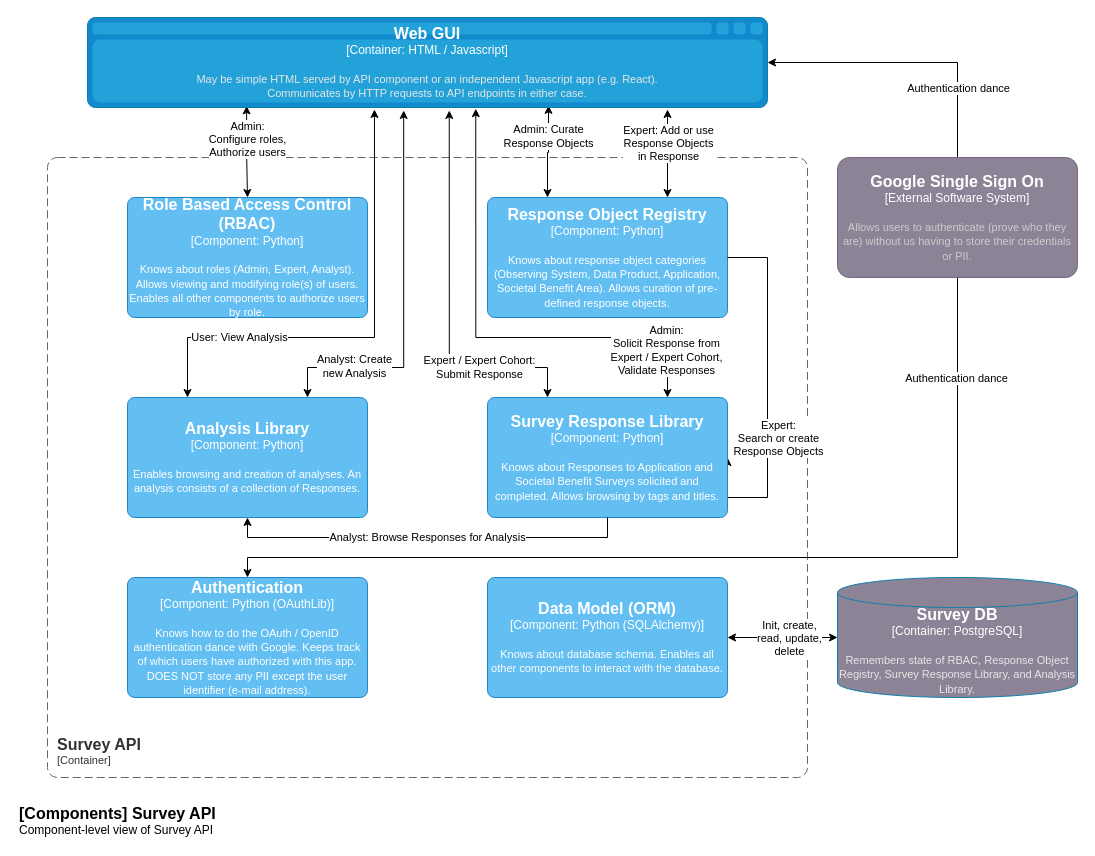
Before: page "Survey API Components" (3 of 4) of architecture_diagram.drawio in nsidc/usaon-vta-docs, a draw.io diagram. Source tidied: cells renumbered, new cells numbered last; positions are measured from the earlier drawing's top-left corner, leaving out a move shared by most shapes. Both pictures are drawn from the tidied source at 100%, with x=0, y=0 at pixel (17, 17).
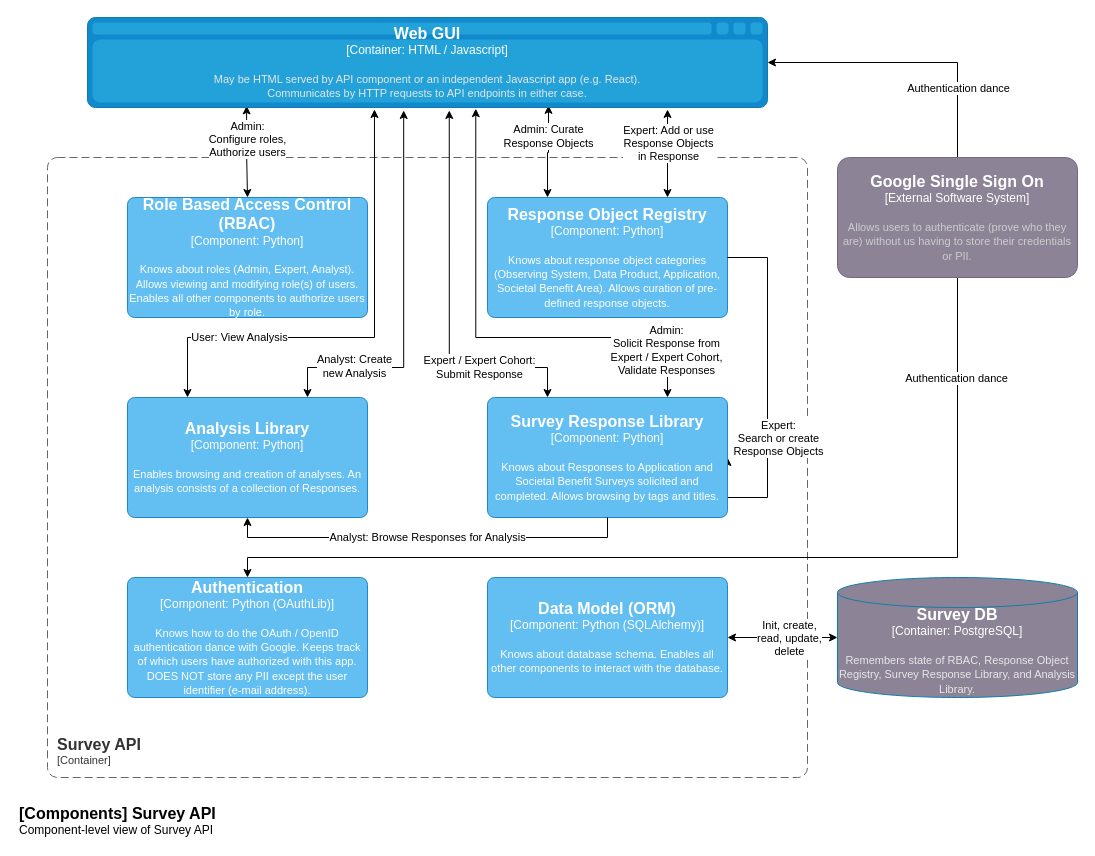
Above is the later version.

The edit, as a diff of the source:
```diff
@@
-    <object id="12" label="&lt;font style=&quot;font-size: 16px&quot;&gt;&lt;b&gt;%c4Type%&lt;/b&gt;&lt;/font&gt;&lt;div&gt;[%c4Container%:&amp;nbsp;%c4Technology%]&lt;/div&gt;&lt;br&gt;&lt;div&gt;&lt;font style=&quot;font-size: 11px&quot;&gt;&lt;font color=&quot;#E6E6E6&quot;&gt;%c4Description%&lt;/font&gt;&lt;/div&gt;" c4Container="Container" c4Description="May be simple HTML served by API component or an independent Javascript app (e.g. React).&#10;Communicates by HTTP requests to API endpoints in either case." c4Technology="HTML / Javascript" c4Type="Web GUI" placeholders="1">
+    <object id="12" label="&lt;font style=&quot;font-size: 16px&quot;&gt;&lt;b&gt;%c4Type%&lt;/b&gt;&lt;/font&gt;&lt;div&gt;[%c4Container%:&amp;nbsp;%c4Technology%]&lt;/div&gt;&lt;br&gt;&lt;div&gt;&lt;font style=&quot;font-size: 11px&quot;&gt;&lt;font color=&quot;#E6E6E6&quot;&gt;%c4Description%&lt;/font&gt;&lt;/div&gt;" c4Container="Container" c4Description="May be HTML served by API component or an independent Javascript app (e.g. React).&#10;Communicates by HTTP requests to API endpoints in either case." c4Technology="HTML / Javascript" c4Type="Web GUI" placeholders="1">
       <mxCell style="shape=mxgraph.c4.webBrowserContainer2;whiteSpace=wrap;html=1;boundedLbl=1;rounded=0;labelBackgroundColor=none;strokeColor=#118ACD;fillColor=#23A2D9;strokeColor=#118ACD;strokeColor2=#0E7DAD;fontSize=12;fontColor=#ffffff;align=center;points=[[0.5,0,0],[1,0.25,0],[1,0.5,0],[1,0.75,0],[0.5,1,0],[0,0.75,0],[0,0.5,0],[0,0.25,0]];" parent="1" vertex="1">
         <mxGeometry x="70" width="680" height="90" as="geometry" />
       </mxCell>
     </object>
```
